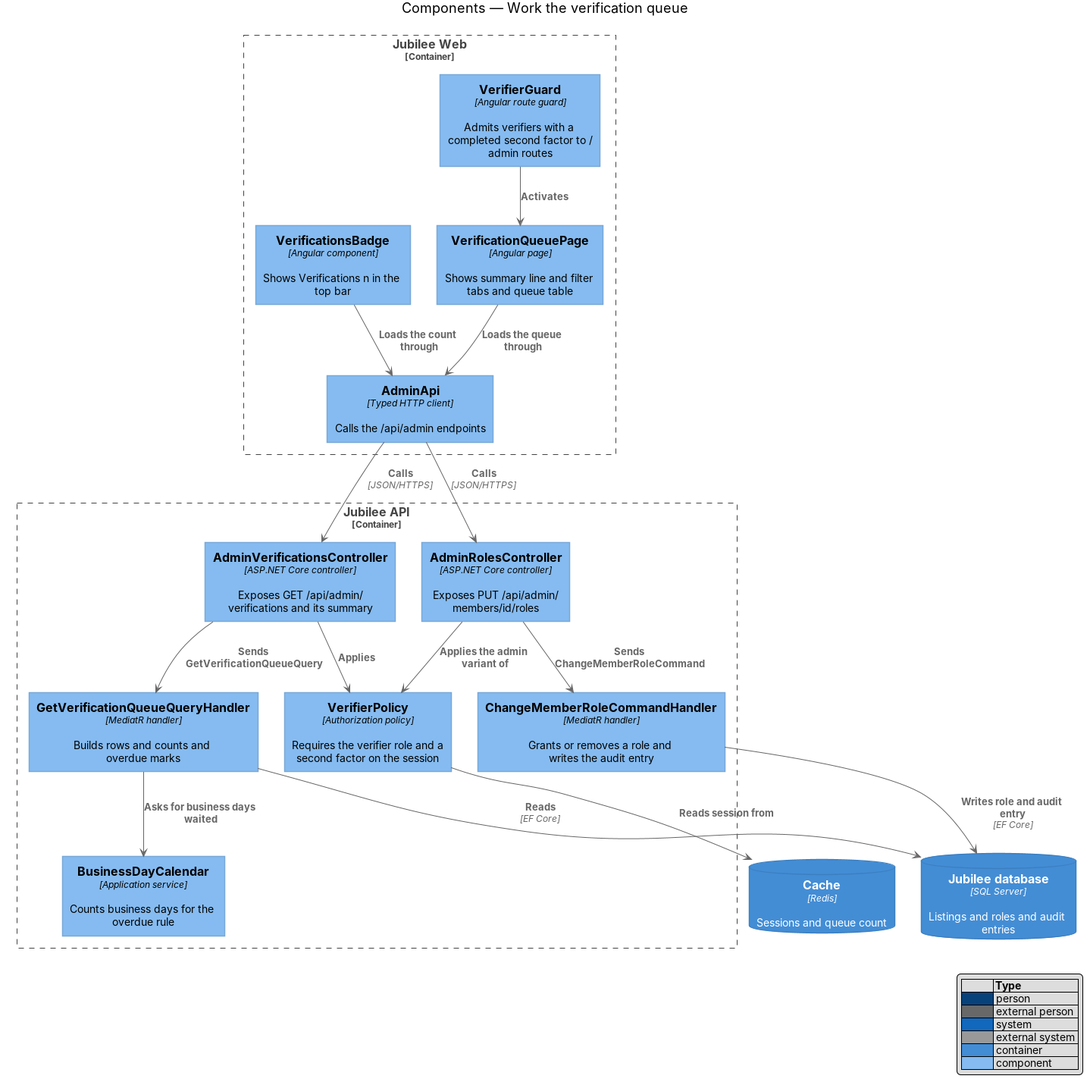
The PlantUML diagram docs/detailed-designs/verification/work-verification-queue/diagrams/c4-component.png in QuinntyneBrown/jubilee, before a commit. Its source is kept beside it as docs/detailed-designs/verification/work-verification-queue/diagrams/c4-component.puml. Its diagram source:
```plantuml
@startuml
!include <C4/C4_Component>
LAYOUT_WITH_LEGEND()
title Components — Work the verification queue
Container_Boundary(web, "Jubilee Web") {
  Component(guard, "VerifierGuard", "Angular route guard", "Admits verifiers with a completed second factor to /admin routes")
  Component(page, "VerificationQueuePage", "Angular page", "Shows summary line and filter tabs and queue table")
  Component(badge, "VerificationsBadge", "Angular component", "Shows Verifications n in the top bar")
  Component(client, "AdminApi", "Typed HTTP client", "Calls the /api/admin endpoints")
}
Container_Boundary(api, "Jubilee API") {
  Component(ctrl, "AdminVerificationsController", "ASP.NET Core controller", "Exposes GET /api/admin/verifications and its summary")
  Component(roles, "AdminRolesController", "ASP.NET Core controller", "Exposes PUT /api/admin/members/id/roles")
  Component(policy, "VerifierPolicy", "Authorization policy", "Requires the verifier role and a second factor on the session")
  Component(qh, "GetVerificationQueueQueryHandler", "MediatR handler", "Builds rows and counts and overdue marks")
  Component(rh, "ChangeMemberRoleCommandHandler", "MediatR handler", "Grants or removes a role and writes the audit entry")
  Component(cal, "BusinessDayCalendar", "Application service", "Counts business days for the overdue rule")
}
ContainerDb(db, "Jubilee database", "SQL Server", "Listings and roles and audit entries")
ContainerDb(cache, "Cache", "Redis", "Sessions and queue count")

Rel(guard, page, "Activates")
Rel(page, client, "Loads the queue through")
Rel(badge, client, "Loads the count through")
Rel(client, ctrl, "Calls", "JSON/HTTPS")
Rel(client, roles, "Calls", "JSON/HTTPS")
Rel(ctrl, policy, "Applies")
Rel(roles, policy, "Applies the admin variant of")
Rel(policy, cache, "Reads session from")
Rel(ctrl, qh, "Sends GetVerificationQueueQuery")
Rel(roles, rh, "Sends ChangeMemberRoleCommand")
Rel(qh, cal, "Asks for business days waited")
Rel(qh, db, "Reads", "EF Core")
Rel(rh, db, "Writes role and audit entry", "EF Core")
@enduml
```
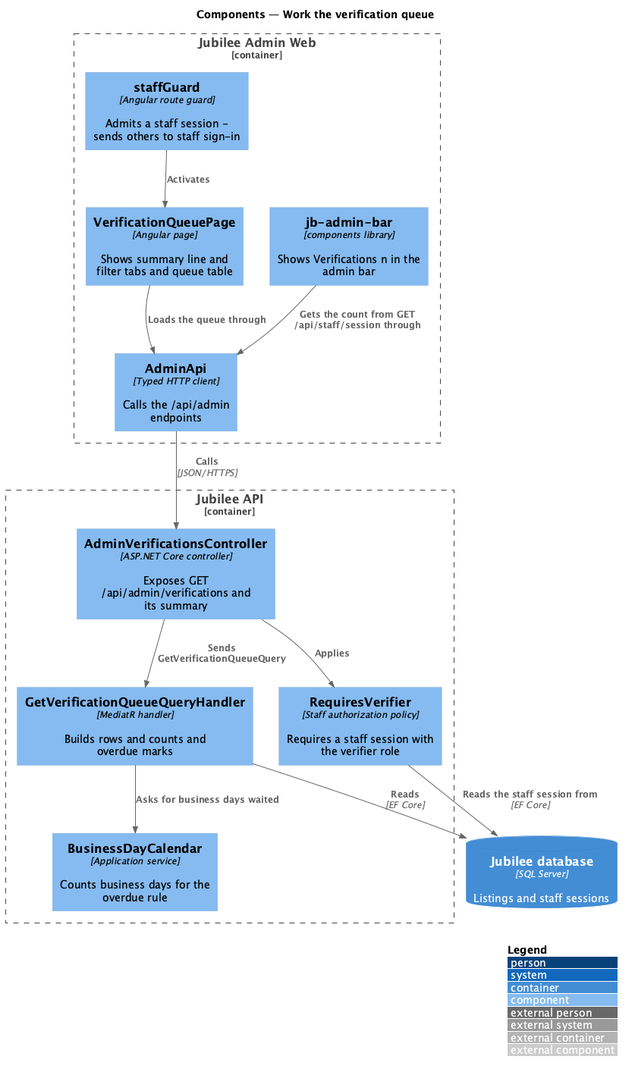
The same file after the commit.

The edit, as a diff of the source:
```diff
@@ -2,34 +2,27 @@
 !include <C4/C4_Component>
 LAYOUT_WITH_LEGEND()
 title Components — Work the verification queue
-Container_Boundary(web, "Jubilee Web") {
-  Component(guard, "VerifierGuard", "Angular route guard", "Admits verifiers with a completed second factor to /admin routes")
+Container_Boundary(web, "Jubilee Admin Web") {
+  Component(guard, "staffGuard", "Angular route guard", "Admits a staff session - sends others to staff sign-in")
   Component(page, "VerificationQueuePage", "Angular page", "Shows summary line and filter tabs and queue table")
-  Component(badge, "VerificationsBadge", "Angular component", "Shows Verifications n in the top bar")
+  Component(badge, "jb-admin-bar", "components library", "Shows Verifications n in the admin bar")
   Component(client, "AdminApi", "Typed HTTP client", "Calls the /api/admin endpoints")
 }
 Container_Boundary(api, "Jubilee API") {
   Component(ctrl, "AdminVerificationsController", "ASP.NET Core controller", "Exposes GET /api/admin/verifications and its summary")
-  Component(roles, "AdminRolesController", "ASP.NET Core controller", "Exposes PUT /api/admin/members/id/roles")
-  Component(policy, "VerifierPolicy", "Authorization policy", "Requires the verifier role and a second factor on the session")
+  Component(policy, "RequiresVerifier", "Staff authorization policy", "Requires a staff session with the verifier role")
   Component(qh, "GetVerificationQueueQueryHandler", "MediatR handler", "Builds rows and counts and overdue marks")
-  Component(rh, "ChangeMemberRoleCommandHandler", "MediatR handler", "Grants or removes a role and writes the audit entry")
   Component(cal, "BusinessDayCalendar", "Application service", "Counts business days for the overdue rule")
 }
-ContainerDb(db, "Jubilee database", "SQL Server", "Listings and roles and audit entries")
-ContainerDb(cache, "Cache", "Redis", "Sessions and queue count")
+ContainerDb(db, "Jubilee database", "SQL Server", "Listings and staff sessions")
 
 Rel(guard, page, "Activates")
 Rel(page, client, "Loads the queue through")
-Rel(badge, client, "Loads the count through")
+Rel(badge, client, "Gets the count from GET /api/staff/session through")
 Rel(client, ctrl, "Calls", "JSON/HTTPS")
-Rel(client, roles, "Calls", "JSON/HTTPS")
 Rel(ctrl, policy, "Applies")
-Rel(roles, policy, "Applies the admin variant of")
-Rel(policy, cache, "Reads session from")
+Rel(policy, db, "Reads the staff session from", "EF Core")
 Rel(ctrl, qh, "Sends GetVerificationQueueQuery")
-Rel(roles, rh, "Sends ChangeMemberRoleCommand")
 Rel(qh, cal, "Asks for business days waited")
 Rel(qh, db, "Reads", "EF Core")
-Rel(rh, db, "Writes role and audit entry", "EF Core")
 @enduml
```
